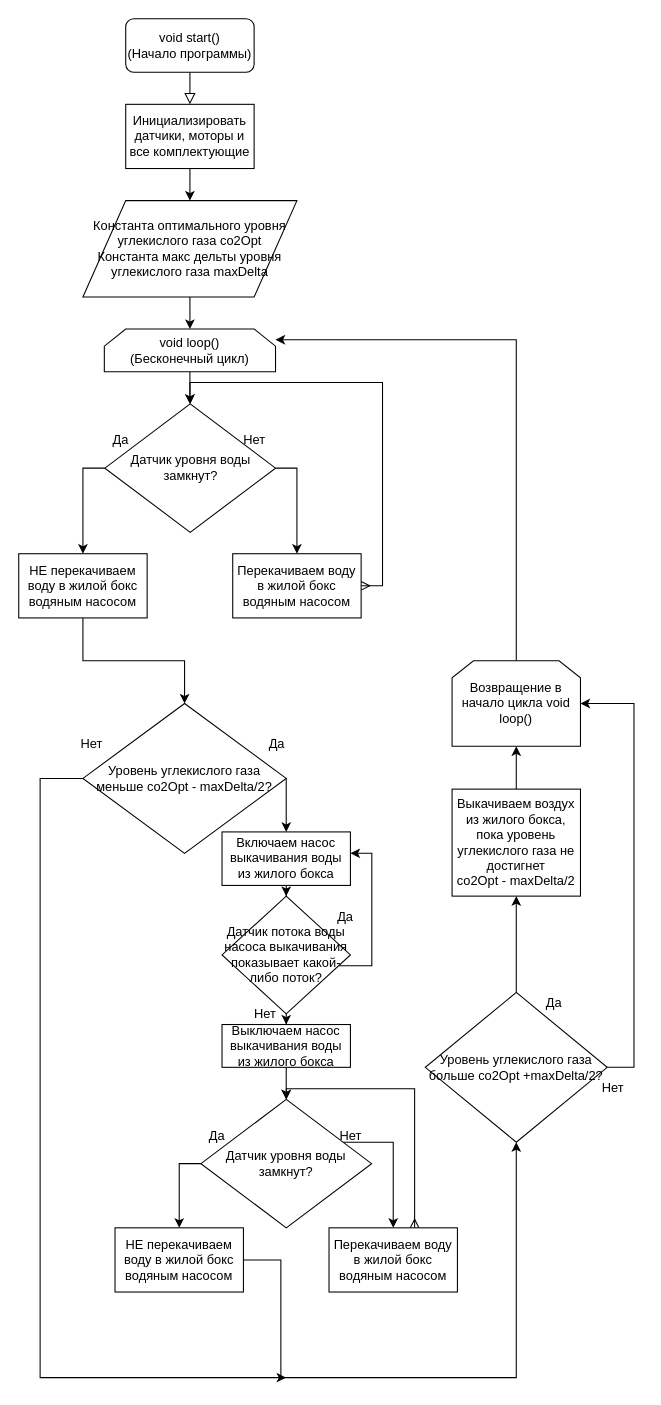
The draw.io diagram First Task Flowchart.drawio in CaveJohnson376/ONTI_2020_RobotMasters, before the edit. Source tidied: cells renumbered, new cells numbered last; positions are measured from the earlier drawing's top-left corner, leaving out a move shared by most shapes. Both pictures are drawn from the tidied source at 107%, with x=0, y=0 at pixel (18, 18).
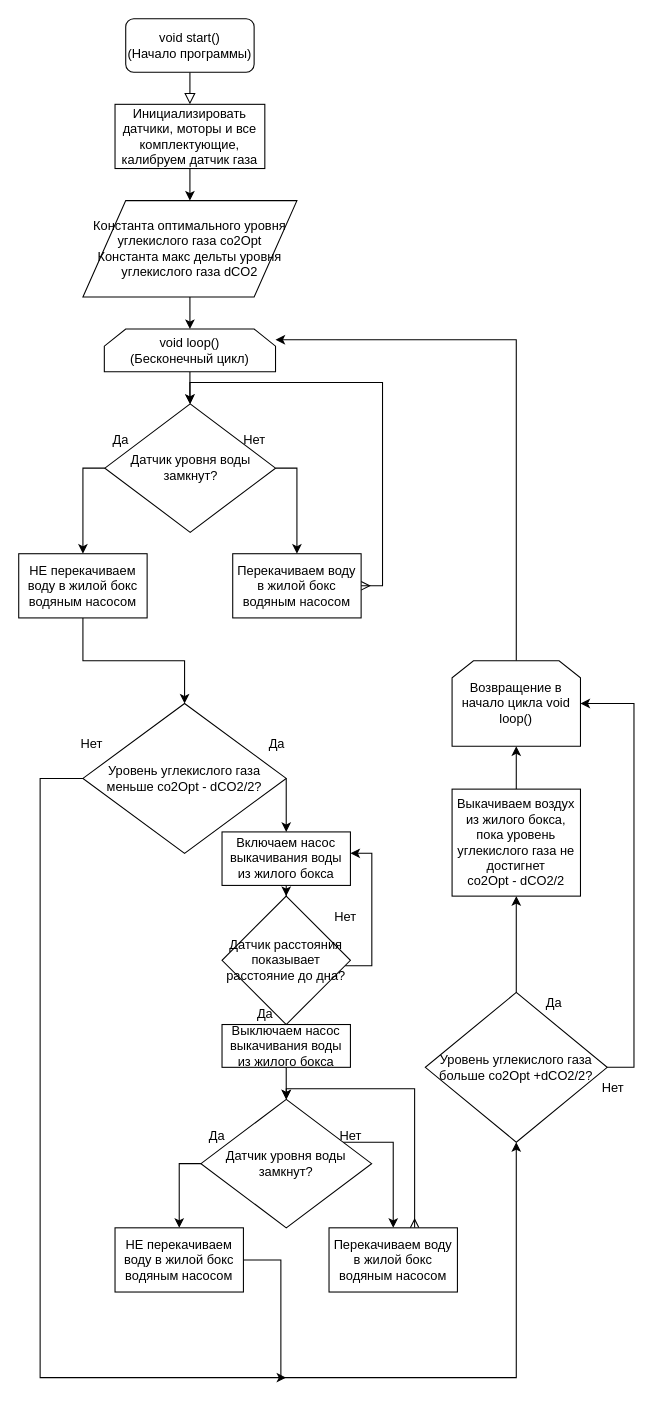
The same page after the edit.

The edit, as a diff of the source:
```diff
@@
-    <mxCell id="5" value="Инициализировать датчики, моторы и все комплектующие" style="rounded=0;whiteSpace=wrap;html=1;" parent="1" vertex="1">
-      <mxGeometry x="100" y="80" width="120" height="60" as="geometry" />
+    <mxCell id="5" value="&lt;div&gt;Инициализировать датчики, моторы и все комплектующие,&lt;/div&gt;&lt;div&gt;калибруем датчик газа&lt;br&gt;&lt;/div&gt;" style="rounded=0;whiteSpace=wrap;html=1;" parent="1" vertex="1">
+      <mxGeometry x="90" y="80" width="140" height="60" as="geometry" />
     </mxCell>
@@
-    <mxCell id="9" value="&lt;div&gt;Константа оптимального уровня углекислого газа co2Opt&lt;/div&gt;&lt;div&gt;Константа макс дельты уровня углекислого газа maxDelta&lt;br&gt;&lt;/div&gt;" style="shape=parallelogram;perimeter=parallelogramPerimeter;whiteSpace=wrap;html=1;" parent="1" vertex="1">
+    <mxCell id="9" value="&lt;div&gt;Константа оптимального уровня углекислого газа co2Opt&lt;/div&gt;&lt;div&gt;Константа макс дельты уровня углекислого газа dCO2&lt;br&gt;&lt;/div&gt;" style="shape=parallelogram;perimeter=parallelogramPerimeter;whiteSpace=wrap;html=1;" parent="1" vertex="1">
       <mxGeometry x="60" y="170" width="200" height="90" as="geometry" />
     </mxCell>
@@
-    <mxCell id="19" value="&lt;div&gt;Уровень углекислого газа меньше co2Opt - maxDelta/2?&lt;/div&gt;" style="rhombus;whiteSpace=wrap;html=1;" parent="1" vertex="1">
+    <mxCell id="19" value="&lt;div&gt;Уровень углекислого газа меньше co2Opt - dCO2/2?&lt;/div&gt;" style="rhombus;whiteSpace=wrap;html=1;" parent="1" vertex="1">
       <mxGeometry x="60" y="640" width="190" height="140" as="geometry" />
     </mxCell>
@@
-    <mxCell id="26" value="Уровень углекислого газа больше co2Opt +maxDelta/2?" style="rhombus;whiteSpace=wrap;html=1;" parent="1" vertex="1">
+    <mxCell id="26" value="Уровень углекислого газа больше co2Opt +dCO2/2?" style="rhombus;whiteSpace=wrap;html=1;" parent="1" vertex="1">
       <mxGeometry x="380" y="910" width="170" height="140" as="geometry" />
     </mxCell>
@@
-    <mxCell id="30" value="&lt;div&gt;Выкачиваем воздух из жилого бокса, пока уровень углекислого газа не достигнет&lt;/div&gt;&lt;div&gt;co2Opt - maxDelta/2&lt;br&gt;&lt;/div&gt;" style="rounded=0;whiteSpace=wrap;html=1;" parent="1" vertex="1">
+    <mxCell id="30" value="&lt;div&gt;Выкачиваем воздух из жилого бокса, пока уровень углекислого газа не достигнет&lt;/div&gt;&lt;div&gt;co2Opt - dCO2/2&lt;br&gt;&lt;/div&gt;" style="rounded=0;whiteSpace=wrap;html=1;" parent="1" vertex="1">
       <mxGeometry x="405" y="720" width="120" height="100" as="geometry" />
     </mxCell>
@@
-    <mxCell id="37" value="Датчик потока воды насоса выкачивания показывает какой-либо поток?" style="rhombus;whiteSpace=wrap;html=1;" parent="1" vertex="1">
-      <mxGeometry x="190" y="820" width="120" height="110" as="geometry" />
+    <mxCell id="37" value="Датчик расстояния показывает расстояние до дна? " style="rhombus;whiteSpace=wrap;html=1;" parent="1" vertex="1">
+      <mxGeometry x="190" y="820" width="120" height="120" as="geometry" />
     </mxCell>
-    <mxCell id="38" value="Нет" style="text;html=1;align=center;verticalAlign=middle;" parent="37" vertex="1">
-      <mxGeometry x="20" y="100" width="40" height="20" as="geometry" />
+    <mxCell id="38" value="Да" style="text;html=1;align=center;verticalAlign=middle;" parent="37" vertex="1">
+      <mxGeometry x="25" y="100" width="30" height="20" as="geometry" />
     </mxCell>
-    <mxCell id="39" value="&lt;div&gt;Да&lt;/div&gt;" style="text;html=1;align=center;verticalAlign=middle;" parent="1" vertex="1">
-      <mxGeometry x="290" y="830" width="30" height="20" as="geometry" />
+    <mxCell id="39" value="Нет" style="text;html=1;align=center;verticalAlign=middle;" parent="1" vertex="1">
+      <mxGeometry x="285" y="830" width="40" height="20" as="geometry" />
     </mxCell>
```
